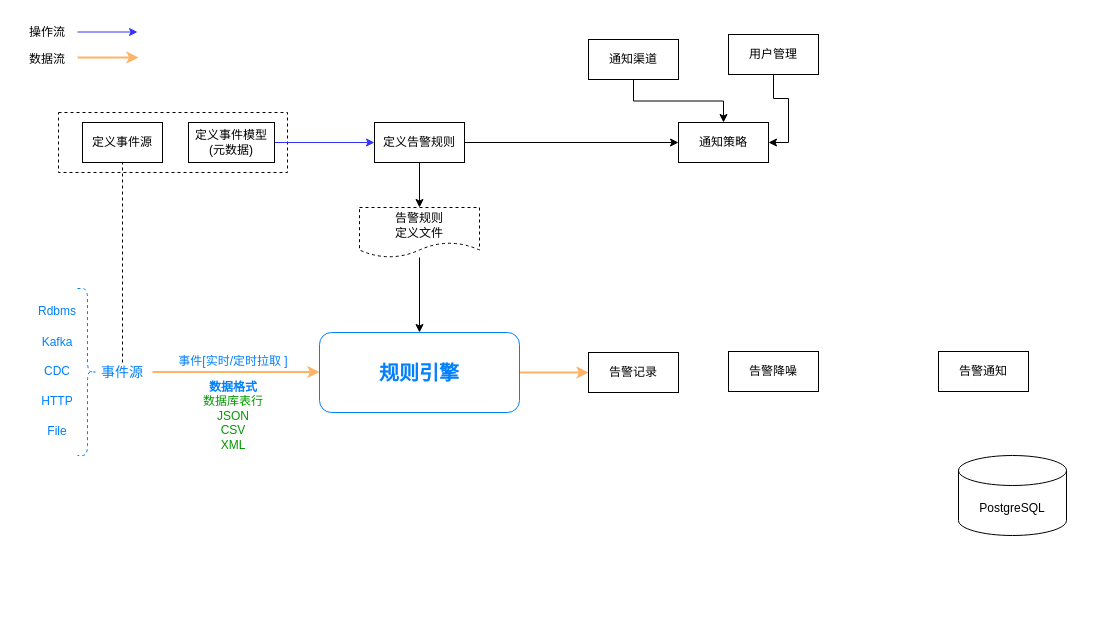
The draw.io diagram page "架构图" (1 of 3) of 设计.drawio in tom1978/alarm, before the edit. Source tidied: cells renumbered, new cells numbered last; positions are measured from the earlier drawing's top-left corner, leaving out a move shared by most shapes. Both pictures are drawn from the tidied source at 100%, with x=0, y=0 at pixel (17, 17).
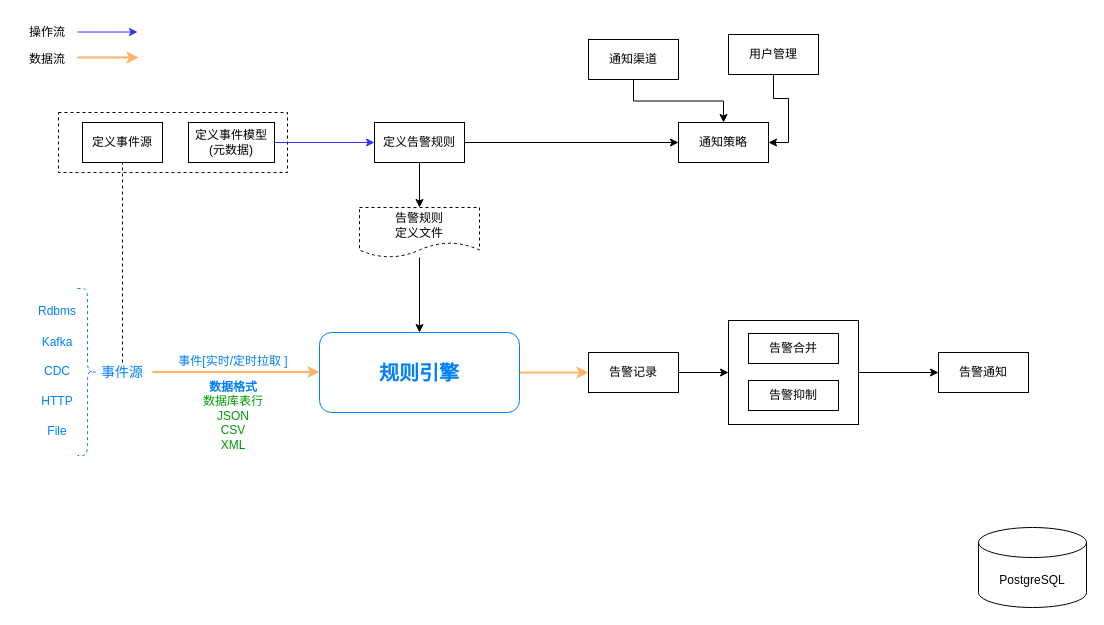
The same diagram, later.

The change refers to these unchanged cells:
```xml
<mxCell id="24" value="告警记录" style="rounded=0;whiteSpace=wrap;html=1;" parent="1" vertex="1">
  <mxGeometry x="571" y="335" width="90" height="40" as="geometry" />
</mxCell>
```

Change to the diagram source:
```diff
@@
+    <mxCell id="37" style="edgeStyle=orthogonalEdgeStyle;rounded=0;jettySize=auto;html=1;entryX=0;entryY=0.5;entryDx=0;entryDy=0;" parent="1" edge="1" source="24" target="36">
+      <mxGeometry relative="1" as="geometry" />
+    </mxCell>
@@
     <mxCell id="25" value="告警通知" style="rounded=0;whiteSpace=wrap;html=1;" parent="1" vertex="1">
-      <mxGeometry x="921" y="334" width="90" height="40" as="geometry" />
+      <mxGeometry x="921" y="335" width="90" height="40" as="geometry" />
     </mxCell>
     <mxCell id="26" value="PostgreSQL" style="shape=cylinder3;whiteSpace=wrap;html=1;boundedLbl=1;backgroundOutline=1;size=15;" parent="1" vertex="1">
-      <mxGeometry x="941" y="438" width="108" height="80" as="geometry" />
+      <mxGeometry x="961" y="510" width="108" height="80" as="geometry" />
     </mxCell>
@@
+    <mxCell id="38" style="edgeStyle=orthogonalEdgeStyle;rounded=0;jettySize=auto;html=1;entryX=0;entryY=0.5;entryDx=0;entryDy=0;" parent="1" edge="1" source="36" target="25">
+      <mxGeometry relative="1" as="geometry" />
+    </mxCell>
-    <mxCell id="36" value="告警降噪" style="rounded=0;whiteSpace=wrap;html=1;" parent="1" vertex="1">
-      <mxGeometry x="711" y="334" width="90" height="40" as="geometry" />
+    <mxCell id="36" style="rounded=0;whiteSpace=wrap;html=1;" parent="1" vertex="1">
+      <mxGeometry x="711" y="303" width="130" height="104" as="geometry" />
     </mxCell>
+    <mxCell id="39" value="告警合并" style="rounded=0;whiteSpace=wrap;html=1;" parent="1" vertex="1">
+      <mxGeometry x="731" y="316" width="90" height="30" as="geometry" />
+    </mxCell>
+    <mxCell id="40" value="告警抑制" style="rounded=0;whiteSpace=wrap;html=1;" parent="1" vertex="1">
+      <mxGeometry x="731" y="363" width="90" height="30" as="geometry" />
+    </mxCell>
+    <mxCell id="41" style="edgeStyle=orthogonalEdgeStyle;rounded=0;orthogonalLoop=1;jettySize=auto;html=1;exitX=0.5;exitY=1;exitDx=0;exitDy=0;" parent="1" edge="1" source="40" target="40">
+      <mxGeometry relative="1" as="geometry" />
+    </mxCell>
```
